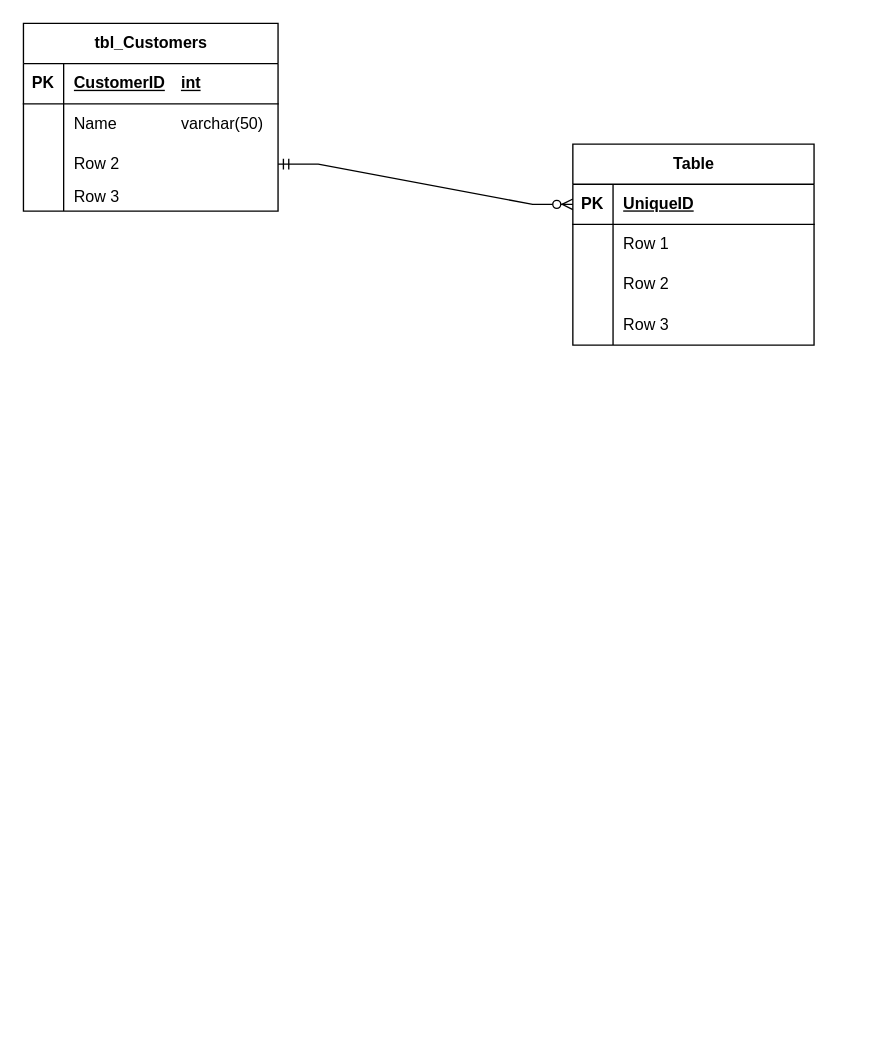
josehdev/uopeople keeps this draw.io diagram as JH-ER-1.drawio. Above is the earlier version. Source tidied: cells renumbered, new cells numbered last; positions are measured from the earlier drawing's top-left corner, leaving out a move shared by most shapes. Both pictures are drawn from the tidied source at 134%, with x=0, y=0 at pixel (23, 23).
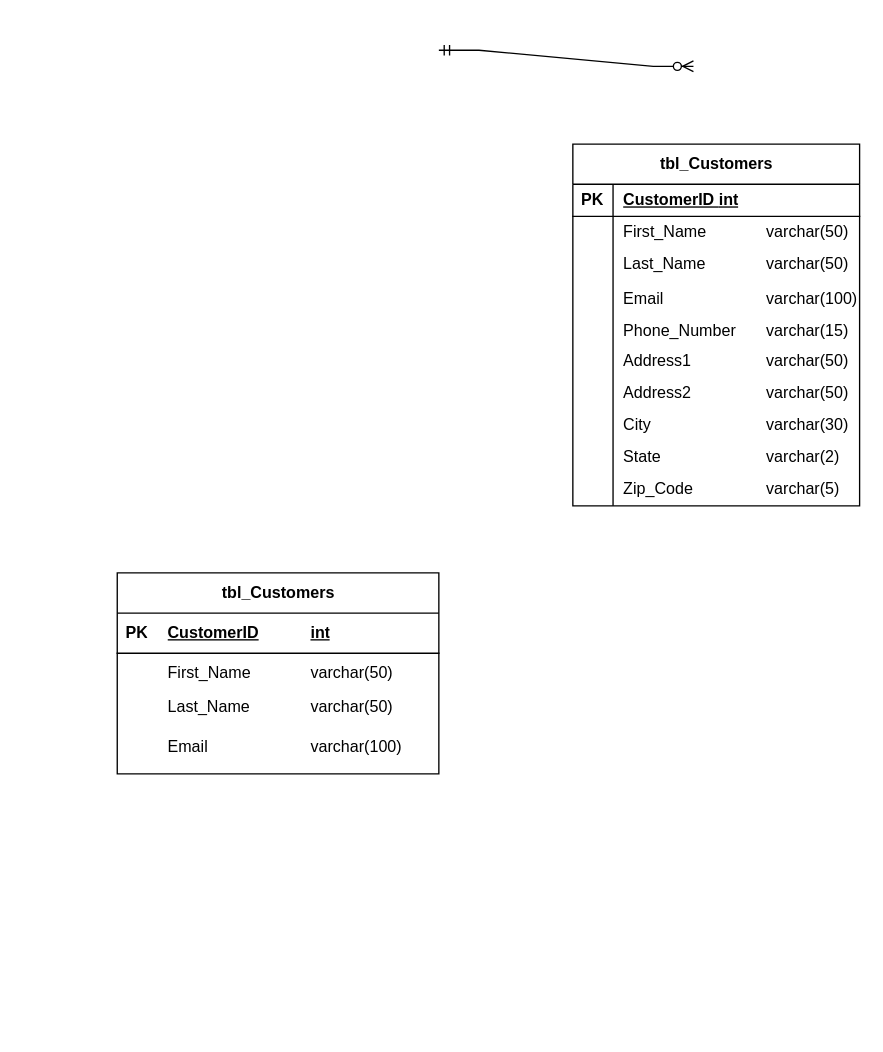
The same page after the edit.

Change to the diagram source:
```diff
@@
-    <mxCell id="2" value="tbl_Customers" style="shape=table;startSize=30;childLayout=tableLayout;rowLines=0;fontStyle=1;align=center;html=1;" parent="1" vertex="1">
-      <mxGeometry width="190" height="140" as="geometry" />
-    </mxCell>
-    <mxCell id="3" style="shape=tableRow;horizontal=0;startSize=0;swimlaneHead=0;swimlaneBody=0;fillColor=none;top=0;left=0;right=0;bottom=1;" parent="2" vertex="1">
-      <mxGeometry y="30" width="190" height="30" as="geometry" />
-    </mxCell>
-    <mxCell id="4" value="PK" style="shape=partialRectangle;fillColor=none;top=0;left=0;bottom=0;right=0;fontStyle=1;overflow=hidden;whiteSpace=wrap;html=1;" parent="3" vertex="1">
-      <mxGeometry width="30" height="30" as="geometry" />
-    </mxCell>
-    <mxCell id="5" value="CustomerID&lt;span style=&quot;white-space: pre;&quot;&gt;&#9;&lt;/span&gt;int" style="shape=partialRectangle;fillColor=none;top=0;left=0;bottom=0;right=0;align=left;spacingLeft=6;fontStyle=5;overflow=hidden;whiteSpace=wrap;html=1;" parent="3" vertex="1">
-      <mxGeometry x="30" width="160" height="30" as="geometry" />
-    </mxCell>
-    <mxCell id="6" style="shape=tableRow;horizontal=0;startSize=0;swimlaneHead=0;swimlaneBody=0;fillColor=none;top=0;left=0;right=0;bottom=0;" parent="2" vertex="1">
-      <mxGeometry y="60" width="190" height="30" as="geometry" />
-    </mxCell>
-    <mxCell id="7" style="shape=partialRectangle;fillColor=none;top=0;left=0;bottom=0;right=0;overflow=hidden;whiteSpace=wrap;html=1;" parent="6" vertex="1">
-      <mxGeometry width="30" height="30" as="geometry" />
-    </mxCell>
-    <mxCell id="8" value="Name&lt;span style=&quot;white-space: pre;&quot;&gt;&#9;&lt;/span&gt;&lt;span style=&quot;white-space: pre;&quot;&gt;&#9;&lt;/span&gt;varchar(50)" style="shape=partialRectangle;fillColor=none;top=0;left=0;bottom=0;right=0;align=left;spacingLeft=6;overflow=hidden;whiteSpace=wrap;html=1;" parent="6" vertex="1">
-      <mxGeometry x="30" width="160" height="30" as="geometry" />
-    </mxCell>
-    <mxCell id="9" style="shape=tableRow;horizontal=0;startSize=0;swimlaneHead=0;swimlaneBody=0;fillColor=none;points=[[0,0.5],[1,0.5]];portConstraint=eastwest;top=0;left=0;right=0;bottom=0;" parent="2" vertex="1">
-      <mxGeometry y="90" width="190" height="30" as="geometry" />
-    </mxCell>
-    <mxCell id="10" style="shape=partialRectangle;fillColor=none;top=0;left=0;bottom=0;right=0;overflow=hidden;whiteSpace=wrap;html=1;" parent="9" vertex="1">
-      <mxGeometry width="30" height="30" as="geometry" />
-    </mxCell>
-    <mxCell id="11" value="Row 2" style="shape=partialRectangle;fillColor=none;top=0;left=0;bottom=0;right=0;align=left;spacingLeft=6;overflow=hidden;whiteSpace=wrap;html=1;" parent="9" vertex="1">
-      <mxGeometry x="30" width="160" height="30" as="geometry" />
-    </mxCell>
-    <mxCell id="12" style="shape=tableRow;horizontal=0;startSize=0;swimlaneHead=0;swimlaneBody=0;fillColor=none;top=0;left=0;right=0;bottom=0;" parent="2" vertex="1">
-      <mxGeometry y="120" width="190" height="20" as="geometry" />
-    </mxCell>
-    <mxCell id="13" style="shape=partialRectangle;fillColor=none;top=0;left=0;bottom=0;right=0;overflow=hidden;whiteSpace=wrap;html=1;" parent="12" vertex="1">
-      <mxGeometry width="30" height="20" as="geometry" />
-    </mxCell>
-    <mxCell id="14" value="Row 3" style="shape=partialRectangle;fillColor=none;top=0;left=0;bottom=0;right=0;align=left;spacingLeft=6;overflow=hidden;whiteSpace=wrap;html=1;" parent="12" vertex="1">
-      <mxGeometry x="30" width="160" height="20" as="geometry" />
-    </mxCell>
-    <mxCell id="15" value="Table" style="shape=table;startSize=30;childLayout=tableLayout;rowLines=0;fontStyle=1;align=center;html=1;" parent="1" vertex="1">
-      <mxGeometry x="410" y="90" width="180" height="150" as="geometry" />
+    <mxCell id="15" value="tbl_Customers" style="shape=table;startSize=30;childLayout=tableLayout;rowLines=0;fontStyle=1;align=center;html=1;" parent="1" vertex="1">
+      <mxGeometry x="410" y="90" width="214" height="270" as="geometry" />
     </mxCell>
     <mxCell id="16" style="shape=tableRow;horizontal=0;startSize=0;swimlaneHead=0;swimlaneBody=0;fillColor=none;points=[[0,0.5],[1,0.5]];portConstraint=eastwest;top=0;left=0;right=0;bottom=1;" parent="15" vertex="1">
-      <mxGeometry y="30" width="180" height="30" as="geometry" />
+      <mxGeometry y="30" width="214" height="24" as="geometry" />
     </mxCell>
     <mxCell id="17" value="PK" style="shape=partialRectangle;fillColor=none;top=0;left=0;bottom=0;right=0;fontStyle=1;overflow=hidden;whiteSpace=wrap;html=1;" parent="16" vertex="1">
-      <mxGeometry width="30" height="30" as="geometry" />
+      <mxGeometry width="30" height="24" as="geometry" />
     </mxCell>
-    <mxCell id="18" value="UniqueID" style="shape=partialRectangle;fillColor=none;top=0;left=0;bottom=0;right=0;align=left;spacingLeft=6;fontStyle=5;overflow=hidden;whiteSpace=wrap;html=1;" parent="16" vertex="1">
-      <mxGeometry x="30" width="150" height="30" as="geometry" />
+    <mxCell id="18" value="CustomerID&#9;&lt;span style=&quot;border-color: var(--border-color);&quot;&gt;&lt;/span&gt;int" style="shape=partialRectangle;fillColor=none;top=0;left=0;bottom=0;right=0;align=left;spacingLeft=6;fontStyle=5;overflow=hidden;whiteSpace=wrap;html=1;" parent="16" vertex="1">
+      <mxGeometry x="30" width="184" height="24" as="geometry" />
     </mxCell>
     <mxCell id="19" style="shape=tableRow;horizontal=0;startSize=0;swimlaneHead=0;swimlaneBody=0;fillColor=none;top=0;left=0;right=0;bottom=0;" parent="15" vertex="1">
-      <mxGeometry y="60" width="180" height="30" as="geometry" />
+      <mxGeometry y="54" width="214" height="24" as="geometry" />
     </mxCell>
     <mxCell id="20" style="shape=partialRectangle;fillColor=none;top=0;left=0;bottom=0;right=0;overflow=hidden;whiteSpace=wrap;html=1;" parent="19" vertex="1">
-      <mxGeometry width="30" height="30" as="geometry" />
+      <mxGeometry width="30" height="24" as="geometry" />
     </mxCell>
-    <mxCell id="21" value="Row 1" style="shape=partialRectangle;fillColor=none;top=0;left=0;bottom=0;right=0;align=left;spacingLeft=6;overflow=hidden;whiteSpace=wrap;html=1;" parent="19" vertex="1">
-      <mxGeometry x="30" width="150" height="30" as="geometry" />
+    <mxCell id="21" value="First_Name&#9;&lt;span style=&quot;white-space: pre;&quot;&gt;&#9;&lt;/span&gt;&lt;span style=&quot;white-space: pre;&quot;&gt;&#9;&lt;/span&gt;&lt;span style=&quot;border-color: var(--border-color);&quot;&gt;&lt;/span&gt;varchar(50)" style="shape=partialRectangle;fillColor=none;top=0;left=0;bottom=0;right=0;align=left;spacingLeft=6;overflow=hidden;whiteSpace=wrap;html=1;" parent="19" vertex="1">
+      <mxGeometry x="30" width="184" height="24" as="geometry" />
     </mxCell>
     <mxCell id="22" style="shape=tableRow;horizontal=0;startSize=0;swimlaneHead=0;swimlaneBody=0;fillColor=none;top=0;left=0;right=0;bottom=0;" parent="15" vertex="1">
-      <mxGeometry y="90" width="180" height="30" as="geometry" />
+      <mxGeometry y="78" width="214" height="24" as="geometry" />
     </mxCell>
     <mxCell id="23" style="shape=partialRectangle;fillColor=none;top=0;left=0;bottom=0;right=0;overflow=hidden;whiteSpace=wrap;html=1;" parent="22" vertex="1">
-      <mxGeometry width="30" height="30" as="geometry" />
+      <mxGeometry width="30" height="24" as="geometry" />
     </mxCell>
-    <mxCell id="24" value="Row 2" style="shape=partialRectangle;fillColor=none;top=0;left=0;bottom=0;right=0;align=left;spacingLeft=6;overflow=hidden;whiteSpace=wrap;html=1;" parent="22" vertex="1">
-      <mxGeometry x="30" width="150" height="30" as="geometry" />
+    <mxCell id="24" value="Last_Name&#9;&lt;span style=&quot;white-space: pre;&quot;&gt;&#9;&lt;/span&gt;&lt;span style=&quot;white-space: pre;&quot;&gt;&#9;&lt;/span&gt;&lt;span style=&quot;border-color: var(--border-color);&quot;&gt;&lt;/span&gt;varchar(50)" style="shape=partialRectangle;fillColor=none;top=0;left=0;bottom=0;right=0;align=left;spacingLeft=6;overflow=hidden;whiteSpace=wrap;html=1;" parent="22" vertex="1">
+      <mxGeometry x="30" width="184" height="24" as="geometry" />
     </mxCell>
-    <mxCell id="25" style="shape=tableRow;horizontal=0;startSize=0;swimlaneHead=0;swimlaneBody=0;fillColor=none;top=0;left=0;right=0;bottom=0;" parent="15" vertex="1">
-      <mxGeometry y="120" width="180" height="30" as="geometry" />
+    <mxCell id="25" style="shape=tableRow;horizontal=0;startSize=0;swimlaneHead=0;swimlaneBody=0;fillColor=none;top=0;left=0;right=0;bottom=0;strokeColor=default;" parent="15" vertex="1">
+      <mxGeometry y="102" width="214" height="28" as="geometry" />
     </mxCell>
     <mxCell id="26" style="shape=partialRectangle;fillColor=none;top=0;left=0;bottom=0;right=0;overflow=hidden;whiteSpace=wrap;html=1;" parent="25" vertex="1">
-      <mxGeometry width="30" height="30" as="geometry" />
+      <mxGeometry width="30" height="28" as="geometry" />
     </mxCell>
-    <mxCell id="27" value="Row 3" style="shape=partialRectangle;fillColor=none;top=0;left=0;bottom=0;right=0;align=left;spacingLeft=6;overflow=hidden;whiteSpace=wrap;html=1;" parent="25" vertex="1">
-      <mxGeometry x="30" width="150" height="30" as="geometry" />
+    <mxCell id="27" value="Email&#9;&lt;span style=&quot;white-space: pre;&quot;&gt;&#9;&lt;/span&gt;&lt;span style=&quot;white-space: pre;&quot;&gt;&#9;&lt;/span&gt;&lt;span style=&quot;white-space: pre;&quot;&gt;&#9;&lt;/span&gt;&lt;span style=&quot;border-color: var(--border-color);&quot;&gt;&lt;/span&gt;varchar(100)" style="shape=partialRectangle;fillColor=none;top=0;left=0;bottom=0;right=0;align=left;spacingLeft=6;overflow=hidden;whiteSpace=wrap;html=1;" parent="25" vertex="1">
+      <mxGeometry x="30" width="184" height="28" as="geometry" />
     </mxCell>
+    <mxCell id="29" style="shape=tableRow;horizontal=0;startSize=0;swimlaneHead=0;swimlaneBody=0;fillColor=none;top=0;left=0;right=0;bottom=0;strokeColor=default;" parent="15" vertex="1">
+      <mxGeometry y="130" width="214" height="20" as="geometry" />
+    </mxCell>
+    <mxCell id="13" style="shape=partialRectangle;fillColor=none;top=0;left=0;bottom=0;right=0;overflow=hidden;whiteSpace=wrap;html=1;" parent="29" vertex="1">
+      <mxGeometry width="30" height="20" as="geometry" />
+    </mxCell>
+    <mxCell id="30" value="Phone_Number&#9;&lt;span style=&quot;white-space: pre;&quot;&gt;&#9;&lt;/span&gt;varchar(15)" style="shape=partialRectangle;fillColor=none;top=0;left=0;bottom=0;right=0;align=left;spacingLeft=6;overflow=hidden;whiteSpace=wrap;html=1;" parent="29" vertex="1">
+      <mxGeometry x="30" width="184" height="20" as="geometry" />
+    </mxCell>
+    <mxCell id="31" style="shape=tableRow;horizontal=0;startSize=0;swimlaneHead=0;swimlaneBody=0;fillColor=none;top=0;left=0;right=0;bottom=0;strokeColor=default;" parent="15" vertex="1">
+      <mxGeometry y="150" width="214" height="24" as="geometry" />
+    </mxCell>
+    <mxCell id="32" style="shape=partialRectangle;fillColor=none;top=0;left=0;bottom=0;right=0;overflow=hidden;whiteSpace=wrap;html=1;" parent="31" vertex="1">
+      <mxGeometry width="30" height="24" as="geometry" />
+    </mxCell>
+    <mxCell id="33" value="Address1&#9;&lt;span style=&quot;border-color: var(--border-color);&quot;&gt;&lt;span style=&quot;white-space: pre;&quot;&gt;&amp;nbsp;&amp;nbsp;&amp;nbsp;&amp;nbsp;&lt;span style=&quot;white-space: pre;&quot;&gt;&#9;&lt;/span&gt;&lt;span style=&quot;white-space: pre;&quot;&gt;&#9;&lt;/span&gt;&lt;/span&gt;&lt;/span&gt;&lt;span style=&quot;border-color: var(--border-color);&quot;&gt;&lt;/span&gt;varchar(50)" style="shape=partialRectangle;fillColor=none;top=0;left=0;bottom=0;right=0;align=left;spacingLeft=6;overflow=hidden;whiteSpace=wrap;html=1;" parent="31" vertex="1">
+      <mxGeometry x="30" width="184" height="24" as="geometry" />
+    </mxCell>
+    <mxCell id="34" style="shape=tableRow;horizontal=0;startSize=0;swimlaneHead=0;swimlaneBody=0;fillColor=none;top=0;left=0;right=0;bottom=0;strokeColor=default;" parent="15" vertex="1">
+      <mxGeometry y="174" width="214" height="24" as="geometry" />
+    </mxCell>
+    <mxCell id="35" style="shape=partialRectangle;fillColor=none;top=0;left=0;bottom=0;right=0;overflow=hidden;whiteSpace=wrap;html=1;" parent="34" vertex="1">
+      <mxGeometry width="30" height="24" as="geometry" />
+    </mxCell>
+    <mxCell id="36" value="Address2&#9;&lt;span style=&quot;border-color: var(--border-color);&quot;&gt;&lt;span style=&quot;white-space: pre;&quot;&gt;&amp;nbsp;&amp;nbsp;&amp;nbsp;&amp;nbsp;&lt;/span&gt;&lt;/span&gt;&lt;span style=&quot;border-color: var(--border-color);&quot;&gt;&lt;span style=&quot;white-space: pre;&quot;&gt;&amp;nbsp;&amp;nbsp;&amp;nbsp;&amp;nbsp;&lt;span style=&quot;white-space: pre;&quot;&gt;&#9;&lt;/span&gt;&lt;/span&gt;&lt;/span&gt;varchar(50)" style="shape=partialRectangle;fillColor=none;top=0;left=0;bottom=0;right=0;align=left;spacingLeft=6;overflow=hidden;whiteSpace=wrap;html=1;" parent="34" vertex="1">
+      <mxGeometry x="30" width="184" height="24" as="geometry" />
+    </mxCell>
+    <mxCell id="37" style="shape=tableRow;horizontal=0;startSize=0;swimlaneHead=0;swimlaneBody=0;fillColor=none;top=0;left=0;right=0;bottom=0;strokeColor=default;" parent="15" vertex="1">
+      <mxGeometry y="198" width="214" height="24" as="geometry" />
+    </mxCell>
+    <mxCell id="38" style="shape=partialRectangle;fillColor=none;top=0;left=0;bottom=0;right=0;overflow=hidden;whiteSpace=wrap;html=1;" parent="37" vertex="1">
+      <mxGeometry width="30" height="24" as="geometry" />
+    </mxCell>
+    <mxCell id="39" value="City&#9;&lt;span style=&quot;border-color: var(--border-color);&quot;&gt;&lt;span style=&quot;white-space: pre;&quot;&gt;&amp;nbsp;&amp;nbsp;&amp;nbsp;&amp;nbsp;&lt;/span&gt;&lt;/span&gt;&lt;span style=&quot;border-color: var(--border-color);&quot;&gt;&lt;span style=&quot;white-space: pre;&quot;&gt;&amp;nbsp;&amp;nbsp;&amp;nbsp;&amp;nbsp;&lt;/span&gt;&lt;/span&gt;&lt;span style=&quot;border-color: var(--border-color);&quot;&gt;&lt;span style=&quot;white-space: pre;&quot;&gt;&amp;nbsp;&amp;nbsp;&amp;nbsp;&amp;nbsp;&lt;span style=&quot;white-space: pre;&quot;&gt;&#9;&lt;/span&gt;&lt;span style=&quot;white-space: pre;&quot;&gt;&#9;&lt;/span&gt;&lt;/span&gt;&lt;/span&gt;varchar(30)" style="shape=partialRectangle;fillColor=none;top=0;left=0;bottom=0;right=0;align=left;spacingLeft=6;overflow=hidden;whiteSpace=wrap;html=1;" parent="37" vertex="1">
+      <mxGeometry x="30" width="184" height="24" as="geometry" />
+    </mxCell>
+    <mxCell id="40" style="shape=tableRow;horizontal=0;startSize=0;swimlaneHead=0;swimlaneBody=0;fillColor=none;top=0;left=0;right=0;bottom=0;strokeColor=default;" parent="15" vertex="1">
+      <mxGeometry y="222" width="214" height="24" as="geometry" />
+    </mxCell>
+    <mxCell id="41" style="shape=partialRectangle;fillColor=none;top=0;left=0;bottom=0;right=0;overflow=hidden;whiteSpace=wrap;html=1;" parent="40" vertex="1">
+      <mxGeometry width="30" height="24" as="geometry" />
+    </mxCell>
+    <mxCell id="42" value="State&#9;&lt;span style=&quot;white-space: pre;&quot;&gt;&#9;&lt;/span&gt;&lt;span style=&quot;white-space: pre;&quot;&gt;&#9;&lt;/span&gt;&lt;span style=&quot;white-space: pre;&quot;&gt;&#9;&lt;/span&gt;&lt;span style=&quot;border-color: var(--border-color);&quot;&gt;&lt;/span&gt;varchar(2)" style="shape=partialRectangle;fillColor=none;top=0;left=0;bottom=0;right=0;align=left;spacingLeft=6;overflow=hidden;whiteSpace=wrap;html=1;" parent="40" vertex="1">
+      <mxGeometry x="30" width="184" height="24" as="geometry" />
+    </mxCell>
+    <mxCell id="43" style="shape=tableRow;horizontal=0;startSize=0;swimlaneHead=0;swimlaneBody=0;fillColor=none;top=0;left=0;right=0;bottom=0;strokeColor=default;" parent="15" vertex="1">
+      <mxGeometry y="246" width="214" height="24" as="geometry" />
+    </mxCell>
+    <mxCell id="44" style="shape=partialRectangle;fillColor=none;top=0;left=0;bottom=0;right=0;overflow=hidden;whiteSpace=wrap;html=1;" parent="43" vertex="1">
+      <mxGeometry width="30" height="24" as="geometry" />
+    </mxCell>
+    <mxCell id="45" value="Zip_Code&#9;&lt;span style=&quot;white-space: pre;&quot;&gt;&#9;&lt;/span&gt;&lt;span style=&quot;white-space: pre;&quot;&gt;&#9;&lt;/span&gt;&lt;span style=&quot;border-color: var(--border-color);&quot;&gt;&lt;/span&gt;varchar(5)" style="shape=partialRectangle;fillColor=none;top=0;left=0;bottom=0;right=0;align=left;spacingLeft=6;overflow=hidden;whiteSpace=wrap;html=1;" parent="43" vertex="1">
+      <mxGeometry x="30" width="184" height="24" as="geometry" />
+    </mxCell>
-    <mxCell id="28" style="edgeStyle=entityRelationEdgeStyle;fontSize=12;html=1;endArrow=ERzeroToMany;startArrow=ERmandOne;rounded=0;entryX=0;entryY=0.5;entryDx=0;entryDy=0;exitX=1;exitY=0.5;exitDx=0;exitDy=0;" parent="1" edge="1" source="9" target="16">
-      <mxGeometry relative="1" as="geometry" />
+    <mxCell id="28" style="edgeStyle=entityRelationEdgeStyle;fontSize=12;html=1;endArrow=ERzeroToMany;startArrow=ERmandOne;rounded=0;entryX=0;entryY=0.5;entryDx=0;entryDy=0;" parent="1" edge="1">
+      <mxGeometry relative="1" as="geometry">
+        <mxPoint x="310" y="20" as="sourcePoint" />
+        <mxPoint x="500" y="32" as="targetPoint" />
+      </mxGeometry>
     </mxCell>
+    <mxCell id="46" style="group;imageAspect=1;" parent="1" vertex="1">
+      <mxGeometry x="70" y="410" width="240" height="340" as="geometry" />
+    </mxCell>
+    <mxCell id="2" value="tbl_Customers" style="shape=table;startSize=30;childLayout=tableLayout;rowLines=0;fontStyle=1;align=center;html=1;columnLines=0;" parent="46" vertex="1">
+      <mxGeometry width="240" height="150" as="geometry" />
+    </mxCell>
+    <mxCell id="47" style="shape=tableRow;horizontal=0;startSize=0;swimlaneHead=0;swimlaneBody=0;fillColor=none;top=0;left=0;right=0;bottom=1;" parent="2" vertex="1">
+      <mxGeometry y="30" width="240" height="30" as="geometry" />
+    </mxCell>
+    <mxCell id="4" value="PK" style="shape=partialRectangle;fillColor=none;top=0;left=0;bottom=0;right=0;fontStyle=1;overflow=hidden;whiteSpace=wrap;html=1;" parent="47" vertex="1">
+      <mxGeometry width="30" height="30" as="geometry" />
+    </mxCell>
+    <mxCell id="5" value="CustomerID&lt;span style=&quot;white-space: pre;&quot;&gt;&#9;&lt;span style=&quot;white-space: pre;&quot;&gt;&#9;&lt;/span&gt;&lt;/span&gt;int" style="shape=partialRectangle;fillColor=none;top=0;left=0;bottom=0;right=0;align=left;spacingLeft=6;fontStyle=5;overflow=hidden;whiteSpace=wrap;html=1;" parent="47" vertex="1">
+      <mxGeometry x="30" width="210" height="30" as="geometry" />
+    </mxCell>
+    <mxCell id="48" style="shape=tableRow;horizontal=0;startSize=0;swimlaneHead=0;swimlaneBody=0;fillColor=none;top=0;left=0;right=0;bottom=0;" parent="2" vertex="1">
+      <mxGeometry y="60" width="240" height="30" as="geometry" />
+    </mxCell>
+    <mxCell id="49" style="shape=partialRectangle;fillColor=none;top=0;left=0;bottom=0;right=0;overflow=hidden;whiteSpace=wrap;html=1;" parent="48" vertex="1">
+      <mxGeometry width="30" height="30" as="geometry" />
+    </mxCell>
+    <mxCell id="50" value="&lt;span id=&quot;docs-internal-guid-1d566162-7fff-ff5a-b0f8-fcd0bff6a7b5&quot;&gt;&lt;/span&gt;&lt;span id=&quot;docs-internal-guid-1d566162-7fff-ff5a-b0f8-fcd0bff6a7b5&quot;&gt;&lt;/span&gt;&lt;span style=&quot;&quot;&gt;&lt;span style=&quot;&quot;&gt;First_Name&lt;span style=&quot;white-space: pre;&quot;&gt;&#9;&lt;span style=&quot;white-space: pre;&quot;&gt;&#9;&lt;/span&gt;&lt;/span&gt;&lt;/span&gt;&lt;/span&gt;varchar(50)" style="shape=partialRectangle;fillColor=none;top=0;left=0;bottom=0;right=0;align=left;spacingLeft=6;overflow=hidden;whiteSpace=wrap;html=1;" parent="48" vertex="1">
+      <mxGeometry x="30" width="210" height="30" as="geometry" />
+    </mxCell>
+    <mxCell id="51" value="Email&lt;span style=&quot;white-space: pre;&quot;&gt;&#9;&lt;span style=&quot;white-space: pre;&quot;&gt;&#9;&lt;span style=&quot;white-space: pre;&quot;&gt;&#9;&lt;/span&gt;&lt;/span&gt;&lt;/span&gt;varchar(100)" style="shape=partialRectangle;fillColor=none;top=0;left=0;bottom=0;right=0;align=left;spacingLeft=6;overflow=hidden;whiteSpace=wrap;html=1;" parent="46" vertex="1">
+      <mxGeometry x="30" y="110" width="200" height="40" as="geometry" />
+    </mxCell>
+    <mxCell id="52" value="&lt;span style=&quot;border-color: var(--border-color);&quot;&gt;&lt;/span&gt;Last_Name&lt;span style=&quot;white-space: pre;&quot;&gt;&#9;&lt;span style=&quot;white-space: pre;&quot;&gt;&#9;&lt;/span&gt;&lt;/span&gt;varchar(50)" style="shape=partialRectangle;fillColor=none;top=0;left=0;bottom=0;right=0;align=left;spacingLeft=6;overflow=hidden;whiteSpace=wrap;html=1;" parent="46" vertex="1">
+      <mxGeometry x="30" y="80" width="200" height="40" as="geometry" />
+    </mxCell>
```
